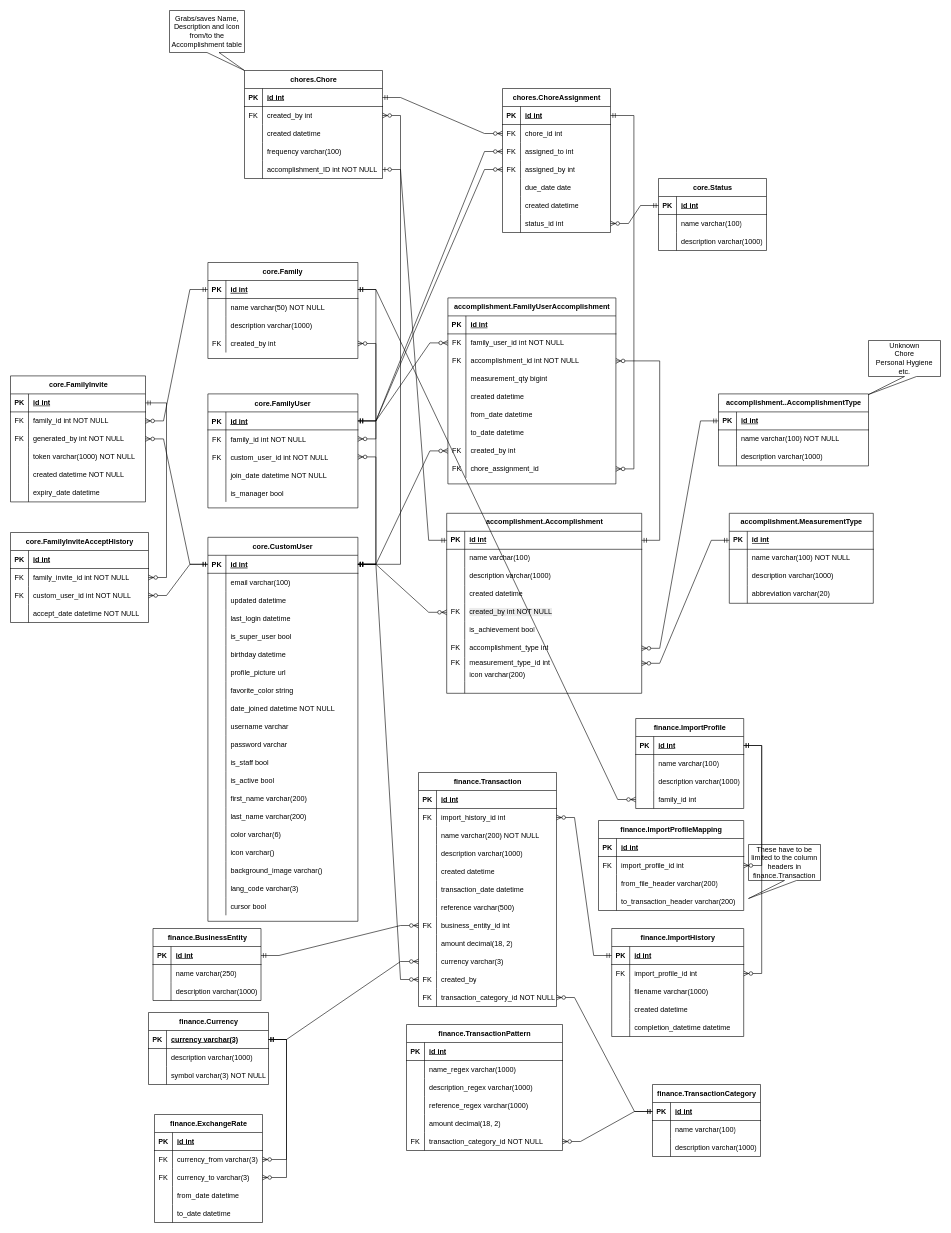
This is documentation/erds/FamilyThingsERD.drawio from WimpieRatte/FamilyThings, a draw.io file, before an edit. Source tidied: cells renumbered, new cells numbered last; positions are measured from the earlier drawing's top-left corner, leaving out a move shared by most shapes. Both pictures are drawn from the tidied source at 60%, with x=0, y=0 at pixel (10, 10).
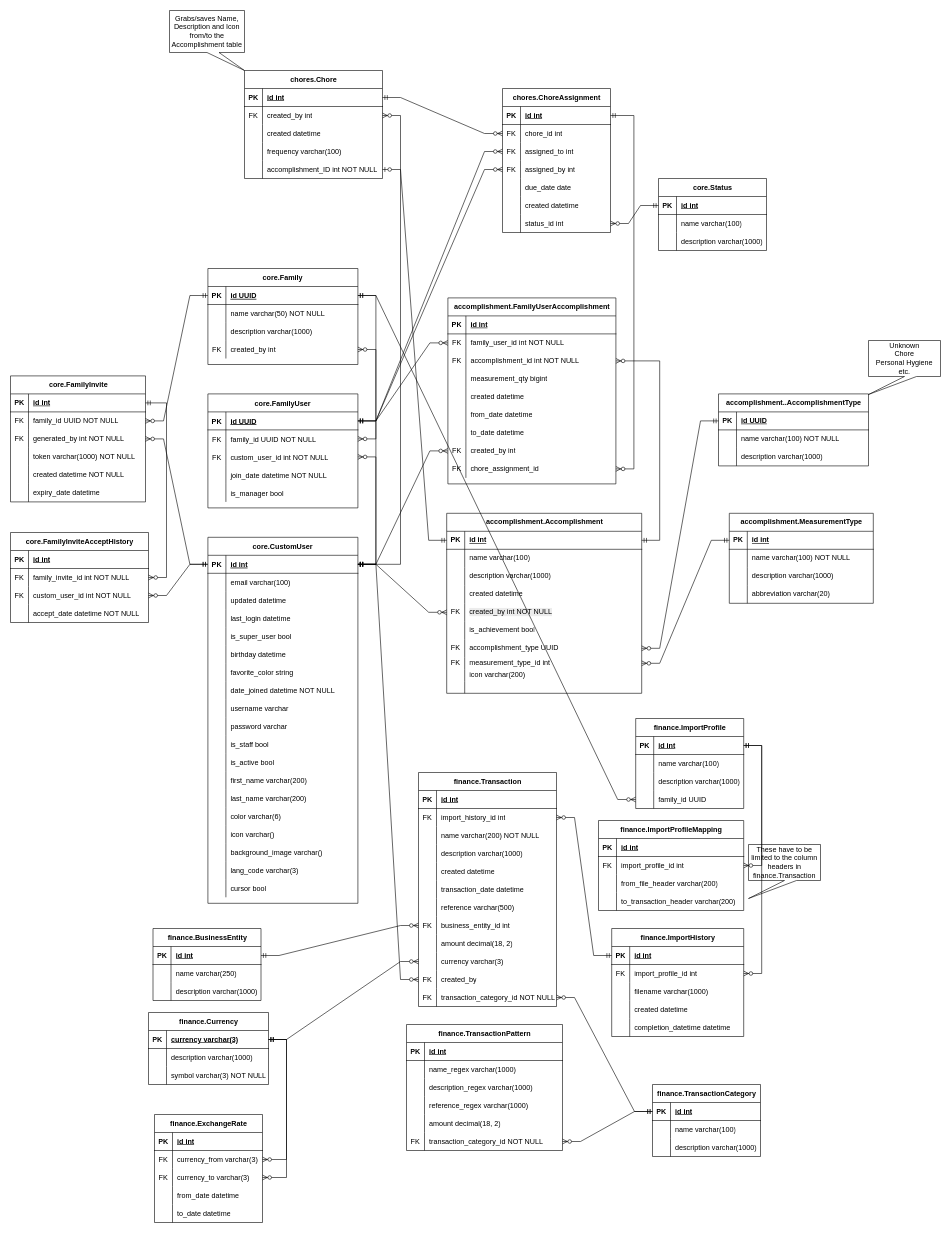
The same diagram, later.

The change refers to these unchanged cells:
```xml
<mxCell id="3" style="shape=partialRectangle;fillColor=none;points=[[0,0.5],[1,0.5]];portConstraint=eastwest;top=0;left=0;right=0;bottom=1;" parent="2" vertex="1">
  <mxGeometry y="30" width="250" height="30" as="geometry" />
</mxCell>
<mxCell id="6" style="shape=partialRectangle;fillColor=none;points=[[0,0.5],[1,0.5]];portConstraint=eastwest;top=0;left=0;right=0;bottom=0;" parent="2" vertex="1">
  <mxGeometry y="60" width="250" height="30" as="geometry" />
</mxCell>
<mxCell id="19" style="shape=partialRectangle;fillColor=none;points=[[0,0.5],[1,0.5]];portConstraint=eastwest;top=0;left=0;right=0;bottom=1;" parent="18" vertex="1">
  <mxGeometry y="30" width="250" height="30" as="geometry" />
</mxCell>
<mxCell id="126" style="shape=tableRow;horizontal=0;startSize=0;swimlaneHead=0;swimlaneBody=0;fillColor=none;points=[[0,0.5],[1,0.5]];portConstraint=eastwest;top=0;left=0;right=0;bottom=0;" parent="107" vertex="1">
  <mxGeometry y="210" width="325" height="30" as="geometry" />
</mxCell>
<mxCell id="139" style="shape=tableRow;horizontal=0;startSize=0;swimlaneHead=0;swimlaneBody=0;fillColor=none;points=[[0,0.5],[1,0.5]];portConstraint=eastwest;top=0;left=0;right=0;bottom=1;" parent="138" vertex="1">
  <mxGeometry y="30" width="250" height="30" as="geometry" />
</mxCell>
<mxCell id="162" style="shape=partialRectangle;fillColor=none;points=[[0,0.5],[1,0.5]];portConstraint=eastwest;top=0;left=0;right=0;bottom=1;" parent="161" vertex="1">
  <mxGeometry y="30" width="250" height="30" as="geometry" />
</mxCell>
<mxCell id="171" style="shape=partialRectangle;fillColor=none;points=[[0,0.5],[1,0.5]];portConstraint=eastwest;top=0;left=0;right=0;bottom=0;" parent="161" vertex="1">
  <mxGeometry y="120" width="250" height="30" as="geometry" />
</mxCell>
<mxCell id="372" style="shape=tableRow;horizontal=0;startSize=0;swimlaneHead=0;swimlaneBody=0;fillColor=none;points=[[0,0.5],[1,0.5]];portConstraint=eastwest;top=0;left=0;right=0;bottom=0;" parent="362" vertex="1">
  <mxGeometry y="120" width="180" height="30" as="geometry" />
</mxCell>
<mxCell id="400" style="shape=tableRow;horizontal=0;startSize=0;swimlaneHead=0;swimlaneBody=0;fillColor=none;points=[[0,0.5],[1,0.5]];portConstraint=eastwest;top=0;left=0;right=0;bottom=0;" parent="396" vertex="1">
  <mxGeometry y="60" width="225" height="30" as="geometry" />
</mxCell>
```

Change to the diagram source:
```diff
@@
-    <mxCell id="5" value="id int" style="shape=partialRectangle;overflow=hidden;fillColor=none;top=0;left=0;bottom=0;right=0;align=left;spacingLeft=6;fontStyle=5;" parent="3" vertex="1">
+    <mxCell id="5" value="id UUID" style="shape=partialRectangle;overflow=hidden;fillColor=none;top=0;left=0;bottom=0;right=0;align=left;spacingLeft=6;fontStyle=5;" parent="3" vertex="1">
       <mxGeometry x="30" width="220" height="30" as="geometry" />
     </mxCell>
@@
-    <mxCell id="8" value="family_id int NOT NULL" style="shape=partialRectangle;overflow=hidden;fillColor=none;top=0;left=0;bottom=0;right=0;align=left;spacingLeft=6;" parent="6" vertex="1">
+    <mxCell id="8" value="family_id UUID NOT NULL" style="shape=partialRectangle;overflow=hidden;fillColor=none;top=0;left=0;bottom=0;right=0;align=left;spacingLeft=6;" parent="6" vertex="1">
       <mxGeometry x="30" width="220" height="30" as="geometry" />
     </mxCell>
@@
     <mxCell id="18" value="core.CustomUser" style="shape=table;startSize=30;childLayout=tableLayout;rowLines=0;fontStyle=1;align=center;" parent="1" vertex="1">
-      <mxGeometry x="329" y="878" width="250" height="640" as="geometry" />
+      <mxGeometry x="329" y="878" width="250" height="610" as="geometry" />
     </mxCell>
@@
-    <mxCell id="37" style="shape=partialRectangle;fillColor=none;top=0;left=0;right=0;bottom=0;" parent="18" vertex="1">
-      <mxGeometry y="210" width="250" height="30" as="geometry" />
-    </mxCell>
-    <mxCell id="38" style="shape=partialRectangle;overflow=hidden;fillColor=none;top=0;left=0;bottom=0;right=0;" parent="37" vertex="1">
-      <mxGeometry width="30" height="30" as="geometry" />
-    </mxCell>
-    <mxCell id="39" value="profile_picture url" style="shape=partialRectangle;overflow=hidden;fillColor=none;top=0;left=0;bottom=0;right=0;align=left;spacingLeft=6;" parent="37" vertex="1">
-      <mxGeometry x="30" width="220" height="30" as="geometry" />
-    </mxCell>
     <mxCell id="40" style="shape=partialRectangle;fillColor=none;top=0;left=0;right=0;bottom=0;" parent="18" vertex="1">
-      <mxGeometry y="240" width="250" height="30" as="geometry" />
+      <mxGeometry y="210" width="250" height="30" as="geometry" />
     </mxCell>
@@
     <mxCell id="43" style="shape=partialRectangle;fillColor=none;top=0;left=0;right=0;bottom=0;" parent="18" vertex="1">
-      <mxGeometry y="270" width="250" height="30" as="geometry" />
+      <mxGeometry y="240" width="250" height="30" as="geometry" />
     </mxCell>
@@
     <mxCell id="46" style="shape=partialRectangle;fillColor=none;top=0;left=0;right=0;bottom=0;" parent="18" vertex="1">
-      <mxGeometry y="300" width="250" height="30" as="geometry" />
+      <mxGeometry y="270" width="250" height="30" as="geometry" />
     </mxCell>
@@
     <mxCell id="49" style="shape=partialRectangle;fillColor=none;top=0;left=0;right=0;bottom=0;" parent="18" vertex="1">
-      <mxGeometry y="330" width="250" height="30" as="geometry" />
+      <mxGeometry y="300" width="250" height="30" as="geometry" />
     </mxCell>
@@
     <mxCell id="52" style="shape=partialRectangle;fillColor=none;top=0;left=0;right=0;bottom=0;" parent="18" vertex="1">
-      <mxGeometry y="360" width="250" height="30" as="geometry" />
+      <mxGeometry y="330" width="250" height="30" as="geometry" />
     </mxCell>
@@
     <mxCell id="55" style="shape=partialRectangle;fillColor=none;top=0;left=0;right=0;bottom=0;" parent="18" vertex="1">
-      <mxGeometry y="390" width="250" height="30" as="geometry" />
+      <mxGeometry y="360" width="250" height="30" as="geometry" />
     </mxCell>
@@
     <mxCell id="58" style="shape=partialRectangle;fillColor=none;top=0;left=0;right=0;bottom=0;" parent="18" vertex="1">
-      <mxGeometry y="420" width="250" height="30" as="geometry" />
+      <mxGeometry y="390" width="250" height="30" as="geometry" />
     </mxCell>
@@
     <mxCell id="61" style="shape=partialRectangle;fillColor=none;top=0;left=0;right=0;bottom=0;" parent="18" vertex="1">
-      <mxGeometry y="450" width="250" height="30" as="geometry" />
+      <mxGeometry y="420" width="250" height="30" as="geometry" />
     </mxCell>
@@
     <mxCell id="64" style="shape=partialRectangle;fillColor=none;top=0;left=0;right=0;bottom=0;" parent="18" vertex="1">
-      <mxGeometry y="480" width="250" height="30" as="geometry" />
+      <mxGeometry y="450" width="250" height="30" as="geometry" />
     </mxCell>
@@
     <mxCell id="67" style="shape=partialRectangle;fillColor=none;top=0;left=0;right=0;bottom=0;" parent="18" vertex="1">
-      <mxGeometry y="510" width="250" height="30" as="geometry" />
+      <mxGeometry y="480" width="250" height="30" as="geometry" />
     </mxCell>
@@
     <mxCell id="70" style="shape=partialRectangle;fillColor=none;top=0;left=0;right=0;bottom=0;" parent="18" vertex="1">
-      <mxGeometry y="540" width="250" height="30" as="geometry" />
+      <mxGeometry y="510" width="250" height="30" as="geometry" />
     </mxCell>
@@
     <mxCell id="73" style="shape=partialRectangle;fillColor=none;top=0;left=0;right=0;bottom=0;" parent="18" vertex="1">
-      <mxGeometry y="570" width="250" height="30" as="geometry" />
+      <mxGeometry y="540" width="250" height="30" as="geometry" />
     </mxCell>
@@
     <mxCell id="76" style="shape=partialRectangle;fillColor=none;top=0;left=0;right=0;bottom=0;" parent="18" vertex="1">
-      <mxGeometry y="600" width="250" height="30" as="geometry" />
+      <mxGeometry y="570" width="250" height="30" as="geometry" />
     </mxCell>
@@
-    <mxCell id="128" value="accomplishment_type int  " style="shape=partialRectangle;fillColor=none;top=0;left=0;bottom=0;right=0;align=left;spacingLeft=6;overflow=hidden;whiteSpace=wrap;html=1;" parent="126" vertex="1">
+    <mxCell id="128" value="accomplishment_type UUID" style="shape=partialRectangle;fillColor=none;top=0;left=0;bottom=0;right=0;align=left;spacingLeft=6;overflow=hidden;whiteSpace=wrap;html=1;" parent="126" vertex="1">
       <mxGeometry x="30" width="295" height="30" as="geometry" />
     </mxCell>
@@
-    <mxCell id="141" value="&lt;span style=&quot;text-wrap: nowrap;&quot;&gt;id int&lt;/span&gt;" style="shape=partialRectangle;fillColor=none;top=0;left=0;bottom=0;right=0;align=left;spacingLeft=6;fontStyle=5;overflow=hidden;whiteSpace=wrap;html=1;" parent="139" vertex="1">
+    <mxCell id="141" value="&lt;span style=&quot;text-wrap: nowrap;&quot;&gt;id UUID&lt;/span&gt;" style="shape=partialRectangle;fillColor=none;top=0;left=0;bottom=0;right=0;align=left;spacingLeft=6;fontStyle=5;overflow=hidden;whiteSpace=wrap;html=1;" parent="139" vertex="1">
       <mxGeometry x="30" width="220" height="30" as="geometry" />
     </mxCell>
@@
     <mxCell id="161" value="core.Family" style="shape=table;startSize=30;childLayout=tableLayout;rowLines=0;fontStyle=1;align=center;labelBackgroundColor=#FFFFFF;" parent="1" vertex="1">
-      <mxGeometry x="329" y="420" width="250" height="160" as="geometry" />
+      <mxGeometry x="329" y="430" width="250" height="160" as="geometry" />
     </mxCell>
@@
-    <mxCell id="164" value="id int" style="shape=partialRectangle;overflow=hidden;fillColor=none;top=0;left=0;bottom=0;right=0;align=left;spacingLeft=6;fontStyle=5;" parent="162" vertex="1">
+    <mxCell id="164" value="id UUID" style="shape=partialRectangle;overflow=hidden;fillColor=none;top=0;left=0;bottom=0;right=0;align=left;spacingLeft=6;fontStyle=5;" parent="162" vertex="1">
       <mxGeometry x="30" width="220" height="30" as="geometry" />
     </mxCell>
@@
     <mxCell id="348" style="edgeStyle=entityRelationEdgeStyle;fontSize=12;html=1;endArrow=ERzeroToMany;startArrow=ERmandOne;rounded=0;" parent="1" edge="1" source="19" target="171">
-      <mxGeometry relative="1" as="geometry" />
+      <mxGeometry relative="1" as="geometry">
+        <Array as="points">
+          <mxPoint x="630" y="750" />
+        </Array>
+      </mxGeometry>
     </mxCell>
@@
-    <mxCell id="374" value="family_id int" style="shape=partialRectangle;fillColor=none;top=0;left=0;bottom=0;right=0;align=left;spacingLeft=6;overflow=hidden;whiteSpace=wrap;html=1;" parent="372" vertex="1">
+    <mxCell id="374" value="family_id UUID" style="shape=partialRectangle;fillColor=none;top=0;left=0;bottom=0;right=0;align=left;spacingLeft=6;overflow=hidden;whiteSpace=wrap;html=1;" parent="372" vertex="1">
       <mxGeometry x="30" width="150" height="30" as="geometry" />
     </mxCell>
@@
-    <mxCell id="402" value="family_id int NOT NULL" style="shape=partialRectangle;fillColor=none;top=0;left=0;bottom=0;right=0;align=left;spacingLeft=6;overflow=hidden;whiteSpace=wrap;html=1;" parent="400" vertex="1">
+    <mxCell id="402" value="family_id UUID NOT NULL" style="shape=partialRectangle;fillColor=none;top=0;left=0;bottom=0;right=0;align=left;spacingLeft=6;overflow=hidden;whiteSpace=wrap;html=1;" parent="400" vertex="1">
       <mxGeometry x="30" width="195" height="30" as="geometry" />
     </mxCell>
```
